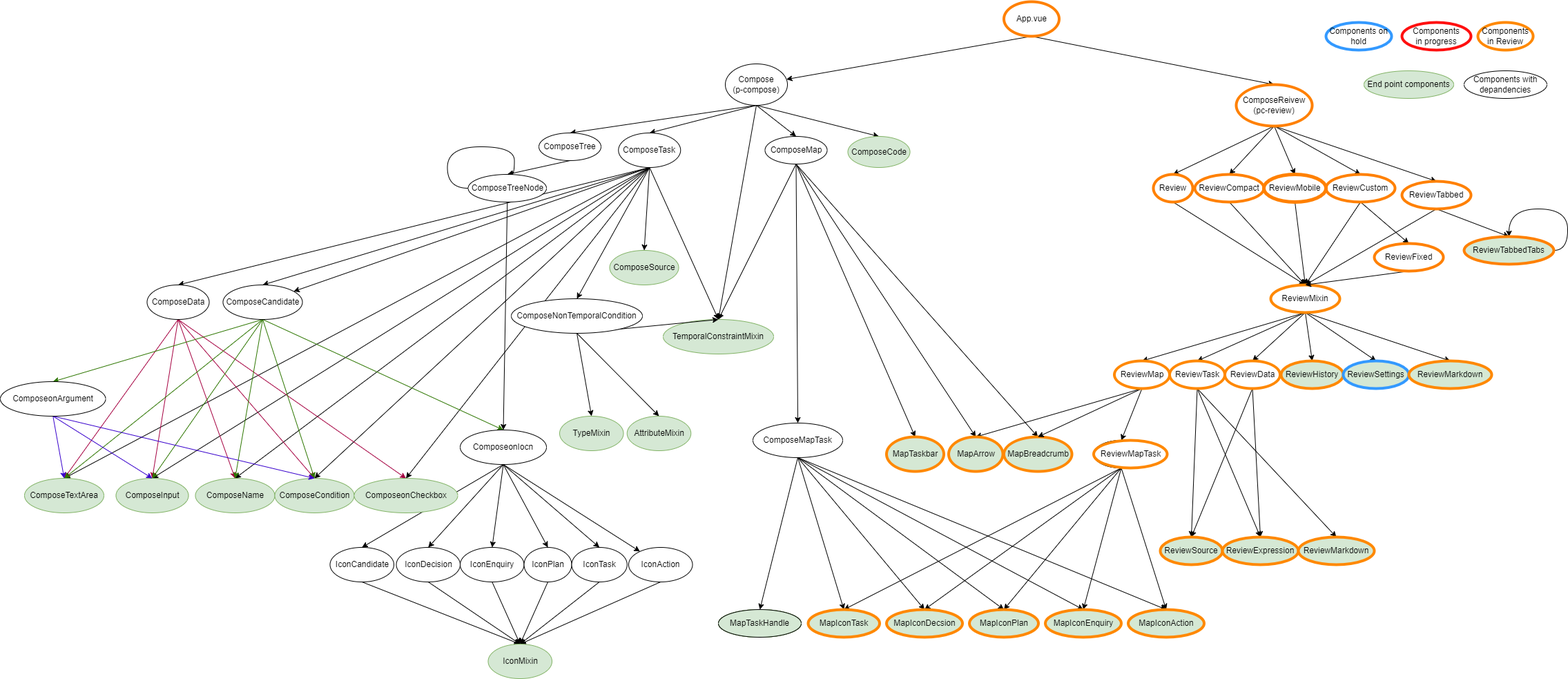
This is DepandencyGraph.drawio.png from hkjj293/PROformajs-vue-3, a draw.io export, as it was before one commit. Source tidied: cells renumbered, new cells last; positions are measured from the earlier drawing's top-left corner, leaving out a move shared by most shapes.
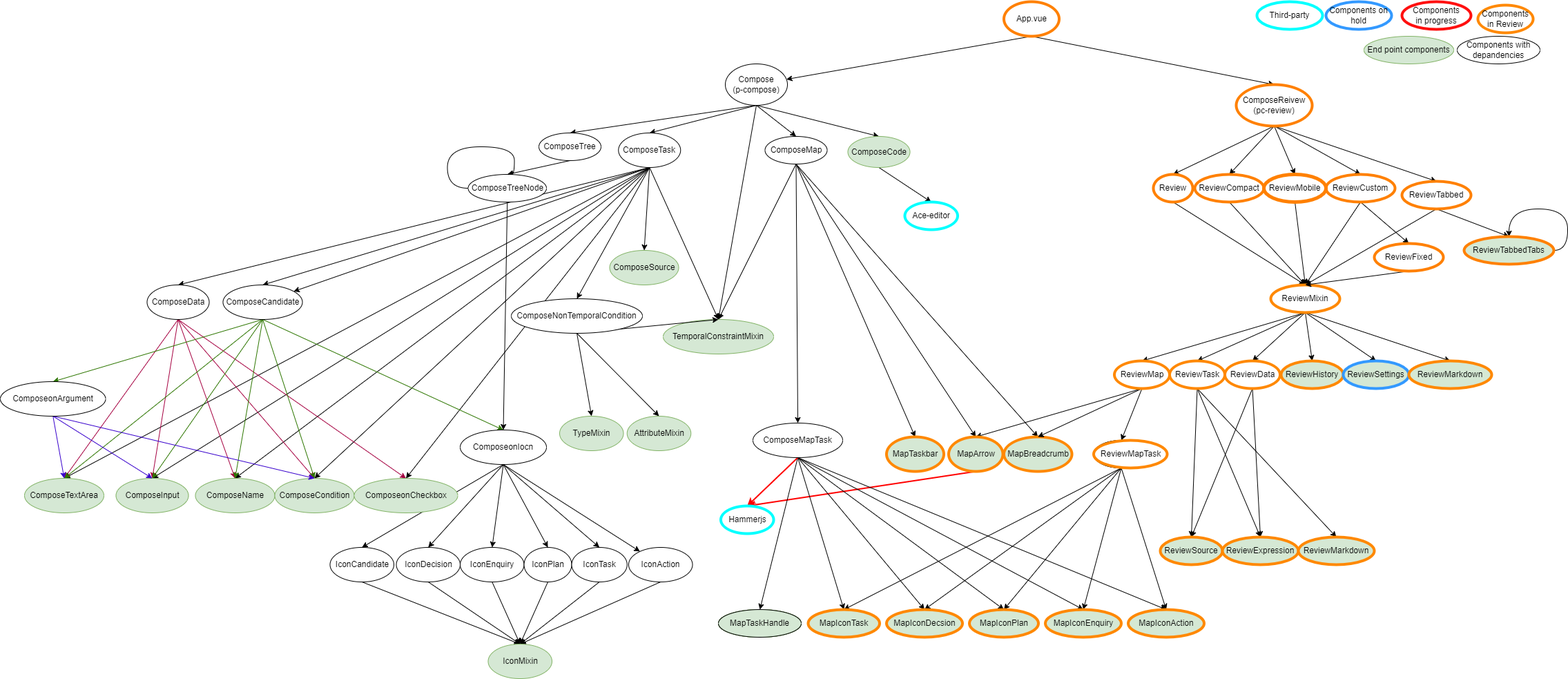
Above is the later version.

What changed in the source:
```diff
@@ -2,6 +2,9 @@
   <root>
     <mxCell id="0" />
     <mxCell id="1" parent="0" />
+    <mxCell id="190" style="edgeStyle=none;rounded=0;jettySize=auto;html=1;exitX=0.5;exitY=1;exitDx=0;exitDy=0;entryX=0.5;entryY=0;entryDx=0;entryDy=0;strokeColor=#FF0000;strokeWidth=2;" parent="1" edge="1" source="181" target="194">
+      <mxGeometry relative="1" as="geometry" />
+    </mxCell>
     <mxCell id="2" style="rounded=0;jettySize=auto;html=1;exitX=0.5;exitY=1;exitDx=0;exitDy=0;" parent="1" edge="1" source="4" target="15">
       <mxGeometry relative="1" as="geometry" />
     </mxCell>
@@ -92,6 +95,9 @@
     <mxCell id="31" value="ComposeTree" style="ellipse;whiteSpace=wrap;html=1;" parent="1" vertex="1">
       <mxGeometry x="780" y="190" width="90" height="40" as="geometry" />
     </mxCell>
+    <mxCell id="191" style="edgeStyle=none;rounded=0;jettySize=auto;html=1;exitX=0.5;exitY=1;exitDx=0;exitDy=0;entryX=0.5;entryY=0;entryDx=0;entryDy=0;" parent="1" edge="1" source="32" target="195">
+      <mxGeometry relative="1" as="geometry" />
+    </mxCell>
     <mxCell id="32" value="ComposeCode" style="ellipse;whiteSpace=wrap;html=1;fillColor=#d5e8d4;strokeColor=#82b366;" parent="1" vertex="1">
       <mxGeometry x="1227.5" y="195" width="90" height="45" as="geometry" />
     </mxCell>
@@ -131,6 +137,9 @@
     <mxCell id="43" style="edgeStyle=none;rounded=0;jettySize=auto;html=1;exitX=0.5;exitY=1;exitDx=0;exitDy=0;entryX=0.5;entryY=0;entryDx=0;entryDy=0;" parent="1" edge="1" source="44" target="54">
       <mxGeometry relative="1" as="geometry" />
     </mxCell>
+    <mxCell id="192" style="edgeStyle=none;rounded=0;jettySize=auto;html=1;exitX=0.5;exitY=1;exitDx=0;exitDy=0;entryX=0.5;entryY=0;entryDx=0;entryDy=0;strokeWidth=2;strokeColor=#FF0000;" parent="1" edge="1" source="44" target="194">
+      <mxGeometry relative="1" as="geometry" />
+    </mxCell>
     <mxCell id="44" value="ComposeMapTask" style="ellipse;whiteSpace=wrap;html=1;" parent="1" vertex="1">
       <mxGeometry x="1090" y="610" width="130" height="50" as="geometry" />
     </mxCell>
@@ -567,19 +576,28 @@
       <mxGeometry x="1693.5" y="520" width="80" height="40" as="geometry" />
     </mxCell>
     <mxCell id="185" value="Components&lt;br&gt;in Review" style="ellipse;whiteSpace=wrap;html=1;strokeColor=#ff8800;strokeWidth=4;" parent="1" vertex="1">
-      <mxGeometry x="2140" y="30" width="80" height="40" as="geometry" />
+      <mxGeometry x="2140" y="5" width="80" height="40" as="geometry" />
     </mxCell>
     <mxCell id="186" value="Components&lt;br&gt;in progress" style="ellipse;whiteSpace=wrap;html=1;strokeWidth=4;strokeColor=#FF0F0F;" parent="1" vertex="1">
-      <mxGeometry x="2030" y="30" width="100" height="40" as="geometry" />
+      <mxGeometry x="2030" width="100" height="40" as="geometry" />
     </mxCell>
     <mxCell id="187" value="Components on hold" style="ellipse;whiteSpace=wrap;html=1;fillColor=#FFFFFF;strokeColor=#3399FF;strokeWidth=4;" parent="1" vertex="1">
-      <mxGeometry x="1920" y="30" width="95" height="40" as="geometry" />
+      <mxGeometry x="1920" width="95" height="40" as="geometry" />
     </mxCell>
     <mxCell id="188" value="End point components" style="ellipse;whiteSpace=wrap;html=1;fillColor=#d5e8d4;strokeColor=#82b366;" parent="1" vertex="1">
-      <mxGeometry x="1975" y="100" width="130" height="40" as="geometry" />
+      <mxGeometry x="1975" y="50" width="130" height="40" as="geometry" />
     </mxCell>
     <mxCell id="189" value="Components with depandencies" style="ellipse;whiteSpace=wrap;html=1;" parent="1" vertex="1">
-      <mxGeometry x="2120" y="100" width="120" height="40" as="geometry" />
+      <mxGeometry x="2110" y="50" width="120" height="40" as="geometry" />
     </mxCell>
+    <mxCell id="193" value="Third-party" style="ellipse;whiteSpace=wrap;html=1;fillColor=#FFFFFF;strokeColor=#00FFFF;strokeWidth=4;" parent="1" vertex="1">
+      <mxGeometry x="1820" width="95" height="40" as="geometry" />
+    </mxCell>
+    <mxCell id="194" value="Hammerjs" style="ellipse;whiteSpace=wrap;html=1;fillColor=#FFFFFF;strokeColor=#00FFFF;strokeWidth=4;" parent="1" vertex="1">
+      <mxGeometry x="1043.5" y="730" width="76.5" height="40" as="geometry" />
+    </mxCell>
+    <mxCell id="195" value="Ace-editor" style="ellipse;whiteSpace=wrap;html=1;fillColor=#FFFFFF;strokeColor=#00FFFF;strokeWidth=4;" parent="1" vertex="1">
+      <mxGeometry x="1310" y="290" width="76.5" height="40" as="geometry" />
+    </mxCell>
   </root>
 </mxGraphModel>
```
